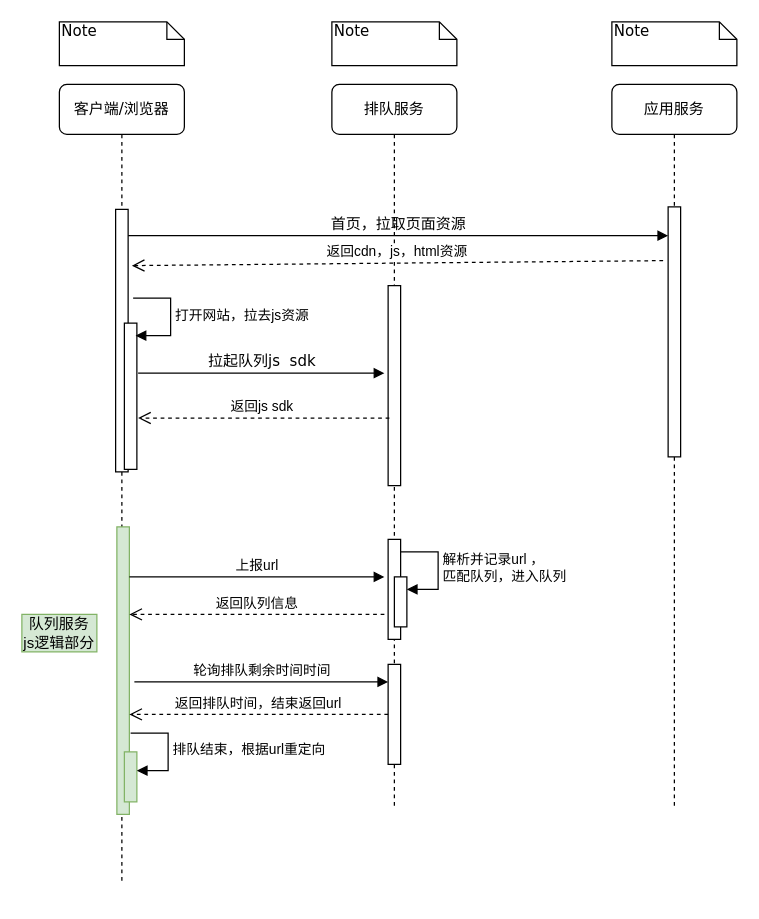
The draw.io diagram queue.drawio in linxinqiang90/drawio, before the edit. Source tidied: cells renumbered, new cells numbered last; positions are measured from the earlier drawing's top-left corner, leaving out a move shared by most shapes. Both pictures are drawn from the tidied source at 125%, with x=0, y=0 at pixel (21, 21).
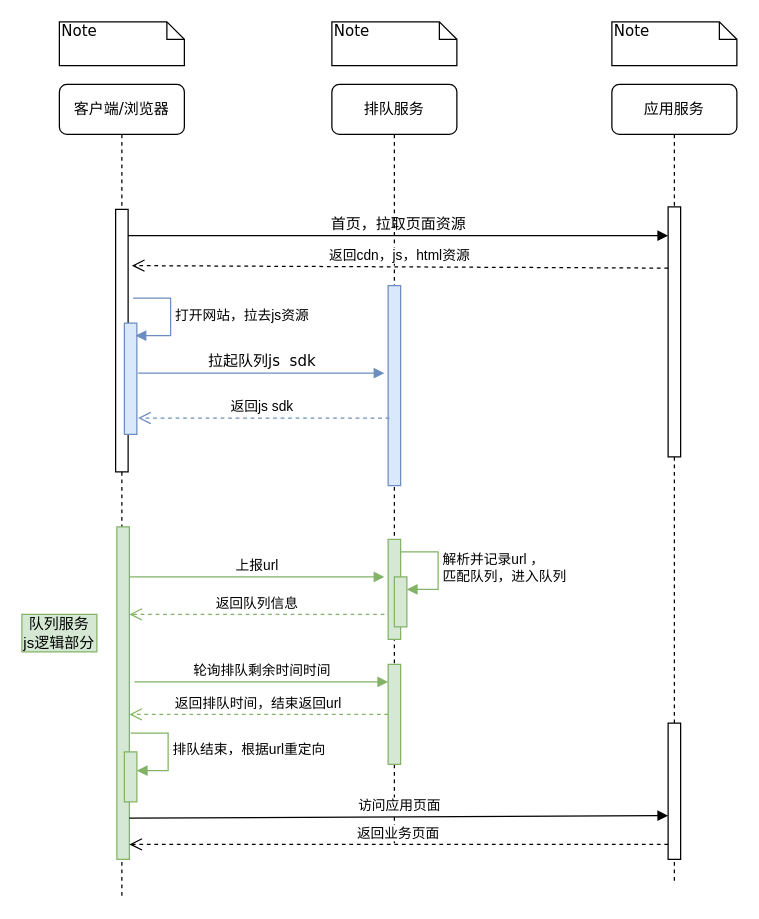
Above is the later version.

The change refers to these unchanged cells:
```xml
<mxCell id="9" style="html=1;points=[];perimeter=orthogonalPerimeter;rounded=0;shadow=0;comic=0;labelBackgroundColor=none;strokeWidth=1;fontFamily=Verdana;fontSize=12;align=center;" parent="8" vertex="1">
  <mxGeometry x="45" y="98" width="10" height="200" as="geometry" />
</mxCell>
```

Change to the diagram source:
```diff
@@
     <mxCell id="2" value="排队服务" style="shape=umlLifeline;perimeter=lifelinePerimeter;whiteSpace=wrap;html=1;rounded=1;shadow=0;comic=0;labelBackgroundColor=none;strokeWidth=1;fontFamily=Verdana;fontSize=12;align=center;" parent="1" vertex="1">
-      <mxGeometry x="248" y="50" width="100" height="580" as="geometry" />
+      <mxGeometry x="248" y="50" width="100" height="610" as="geometry" />
     </mxCell>
-    <mxCell id="3" style="html=1;perimeter=orthogonalPerimeter;rounded=0;shadow=0;comic=0;labelBackgroundColor=none;strokeWidth=1;fontFamily=Verdana;fontSize=12;align=center;" parent="2" vertex="1">
+    <mxCell id="3" style="html=1;perimeter=orthogonalPerimeter;rounded=0;shadow=0;comic=0;labelBackgroundColor=none;strokeWidth=1;fontFamily=Verdana;fontSize=12;align=center;fillColor=#dae8fc;strokeColor=#6c8ebf;" parent="2" vertex="1">
       <mxGeometry x="45" y="161" width="10" height="160" as="geometry" />
     </mxCell>
-    <mxCell id="4" style="html=1;perimeter=orthogonalPerimeter;targetShapes=umlLifeline;newEdgeStyle={&quot;curved&quot;:0,&quot;rounded&quot;:0};" parent="2" vertex="1">
+    <mxCell id="4" style="html=1;perimeter=orthogonalPerimeter;targetShapes=umlLifeline;newEdgeStyle={&quot;curved&quot;:0,&quot;rounded&quot;:0};fillColor=#d5e8d4;strokeColor=#82b366;" parent="2" vertex="1">
       <mxGeometry x="45" y="364" width="10" height="80" as="geometry" />
     </mxCell>
-    <mxCell id="5" style="html=1;points=[[0,0,0,0,5],[0,1,0,0,-5],[1,0,0,0,5],[1,1,0,0,-5]];perimeter=orthogonalPerimeter;outlineConnect=0;targetShapes=umlLifeline;portConstraint=eastwest;newEdgeStyle={&quot;curved&quot;:0,&quot;rounded&quot;:0};" parent="2" vertex="1">
+    <mxCell id="5" style="html=1;points=[[0,0,0,0,5],[0,1,0,0,-5],[1,0,0,0,5],[1,1,0,0,-5]];perimeter=orthogonalPerimeter;outlineConnect=0;targetShapes=umlLifeline;portConstraint=eastwest;newEdgeStyle={&quot;curved&quot;:0,&quot;rounded&quot;:0};fillColor=#d5e8d4;strokeColor=#82b366;" parent="2" vertex="1">
       <mxGeometry x="50" y="394" width="10" height="40" as="geometry" />
     </mxCell>
-    <mxCell id="6" value="解析并记录url ，&lt;div&gt;匹配队列，进入队列&lt;/div&gt;" style="html=1;align=left;spacingLeft=2;endArrow=block;rounded=0;edgeStyle=orthogonalEdgeStyle;curved=0;rounded=0;" parent="2" edge="1" target="5">
+    <mxCell id="6" value="解析并记录url ，&lt;div&gt;匹配队列，进入队列&lt;/div&gt;" style="html=1;align=left;spacingLeft=2;endArrow=block;rounded=0;edgeStyle=orthogonalEdgeStyle;curved=0;rounded=0;fillColor=#d5e8d4;strokeColor=#82b366;" parent="2" edge="1" target="5">
       <mxGeometry relative="1" as="geometry">
         <mxPoint x="55" y="374" as="sourcePoint" />
         <Array as="points">
           <mxPoint x="85" y="404" />
         </Array>
       </mxGeometry>
     </mxCell>
-    <mxCell id="7" style="html=1;points=[[0,0,0,0,5],[0,1,0,0,-5],[1,0,0,0,5],[1,1,0,0,-5]];perimeter=orthogonalPerimeter;outlineConnect=0;targetShapes=umlLifeline;portConstraint=eastwest;newEdgeStyle={&quot;curved&quot;:0,&quot;rounded&quot;:0};" parent="2" vertex="1">
+    <mxCell id="7" style="html=1;points=[[0,0,0,0,5],[0,1,0,0,-5],[1,0,0,0,5],[1,1,0,0,-5]];perimeter=orthogonalPerimeter;outlineConnect=0;targetShapes=umlLifeline;portConstraint=eastwest;newEdgeStyle={&quot;curved&quot;:0,&quot;rounded&quot;:0};fillColor=#d5e8d4;strokeColor=#82b366;" parent="2" vertex="1">
       <mxGeometry x="45" y="464" width="10" height="80" as="geometry" />
     </mxCell>
     <mxCell id="8" value="应用服务" style="shape=umlLifeline;perimeter=lifelinePerimeter;whiteSpace=wrap;html=1;rounded=1;shadow=0;comic=0;labelBackgroundColor=none;strokeWidth=1;fontFamily=Verdana;fontSize=12;align=center;" parent="1" vertex="1">
-      <mxGeometry x="472" y="50" width="100" height="580" as="geometry" />
+      <mxGeometry x="472" y="50" width="100" height="638" as="geometry" />
     </mxCell>
@@
+    <mxCell id="29" style="html=1;perimeter=orthogonalPerimeter;targetShapes=umlLifeline;newEdgeStyle={&quot;curved&quot;:0,&quot;rounded&quot;:0};" parent="8" vertex="1">
+      <mxGeometry x="45" y="511" width="10" height="109" as="geometry" />
+    </mxCell>
     <mxCell id="10" value="客户端/浏览器" style="shape=umlLifeline;perimeter=lifelinePerimeter;whiteSpace=wrap;html=1;rounded=1;shadow=0;comic=0;labelBackgroundColor=none;strokeWidth=1;fontFamily=Verdana;fontSize=12;align=center;" parent="1" vertex="1">
-      <mxGeometry x="30" y="50" width="100" height="640" as="geometry" />
+      <mxGeometry x="30" y="50" width="100" height="650" as="geometry" />
     </mxCell>
@@
-    <mxCell id="12" style="html=1;perimeter=orthogonalPerimeter;targetShapes=umlLifeline;newEdgeStyle={&quot;curved&quot;:0,&quot;rounded&quot;:0};" parent="10" vertex="1">
-      <mxGeometry x="52" y="191" width="10" height="117" as="geometry" />
+    <mxCell id="12" style="html=1;perimeter=orthogonalPerimeter;targetShapes=umlLifeline;newEdgeStyle={&quot;curved&quot;:0,&quot;rounded&quot;:0};fillColor=#dae8fc;strokeColor=#6c8ebf;" parent="10" vertex="1">
+      <mxGeometry x="52" y="191" width="10" height="89" as="geometry" />
     </mxCell>
-    <mxCell id="13" value="打开网站，拉去js资源" style="html=1;align=left;spacingLeft=2;endArrow=block;rounded=0;edgeStyle=orthogonalEdgeStyle;curved=0;rounded=0;" parent="10" edge="1">
+    <mxCell id="13" value="打开网站，拉去js资源" style="html=1;align=left;spacingLeft=2;endArrow=block;rounded=0;edgeStyle=orthogonalEdgeStyle;curved=0;rounded=0;fillColor=#dae8fc;strokeColor=#6c8ebf;" parent="10" edge="1">
       <mxGeometry relative="1" as="geometry">
         <mxPoint x="59" y="171" as="sourcePoint" />
         <mxPoint x="61" y="201" as="targetPoint" />
         <Array as="points">
           <mxPoint x="89" y="201" />
         </Array>
       </mxGeometry>
     </mxCell>
     <mxCell id="14" style="html=1;points=[[0,0,0,0,5],[0,1,0,0,-5],[1,0,0,0,5],[1,1,0,0,-5]];perimeter=orthogonalPerimeter;outlineConnect=0;targetShapes=umlLifeline;portConstraint=eastwest;newEdgeStyle={&quot;curved&quot;:0,&quot;rounded&quot;:0};fillColor=#d5e8d4;strokeColor=#82b366;" parent="10" vertex="1">
-      <mxGeometry x="46" y="354" width="10" height="230" as="geometry" />
+      <mxGeometry x="46" y="354" width="10" height="266" as="geometry" />
     </mxCell>
@@
-    <mxCell id="16" value="排队结束，根据url重定向" style="html=1;align=left;spacingLeft=2;endArrow=block;rounded=0;edgeStyle=orthogonalEdgeStyle;curved=0;rounded=0;" parent="10" edge="1">
+    <mxCell id="16" value="排队结束，根据url重定向" style="html=1;align=left;spacingLeft=2;endArrow=block;rounded=0;edgeStyle=orthogonalEdgeStyle;curved=0;rounded=0;fillColor=#d5e8d4;strokeColor=#82b366;" parent="10" edge="1">
       <mxGeometry relative="1" as="geometry">
         <mxPoint x="57" y="519" as="sourcePoint" />
         <mxPoint x="62" y="549" as="targetPoint" />
         <Array as="points">
           <mxPoint x="87" y="549" />
         </Array>
       </mxGeometry>
     </mxCell>
-    <mxCell id="17" value="拉起队列js&amp;nbsp; sdk" style="html=1;verticalAlign=bottom;endArrow=block;labelBackgroundColor=none;fontFamily=Verdana;fontSize=12;edgeStyle=elbowEdgeStyle;elbow=vertical;entryX=-0.3;entryY=0.396;entryDx=0;entryDy=0;entryPerimeter=0;" parent="1" edge="1">
+    <mxCell id="17" value="拉起队列js&amp;nbsp; sdk" style="html=1;verticalAlign=bottom;endArrow=block;labelBackgroundColor=none;fontFamily=Verdana;fontSize=12;edgeStyle=elbowEdgeStyle;elbow=vertical;entryX=-0.3;entryY=0.396;entryDx=0;entryDy=0;entryPerimeter=0;fillColor=#dae8fc;strokeColor=#6c8ebf;" parent="1" edge="1">
       <mxGeometry relative="1" as="geometry">
         <mxPoint x="93" y="281" as="sourcePoint" />
         <mxPoint x="290" y="281.1" as="targetPoint" />
       </mxGeometry>
     </mxCell>
@@
-    <mxCell id="22" value="返回js sdk" style="html=1;verticalAlign=bottom;endArrow=open;dashed=1;endSize=8;curved=0;rounded=0;exitX=0.1;exitY=0.591;exitDx=0;exitDy=0;exitPerimeter=0;" parent="1" edge="1">
+    <mxCell id="22" value="返回js sdk" style="html=1;verticalAlign=bottom;endArrow=open;dashed=1;endSize=8;curved=0;rounded=0;exitX=0.1;exitY=0.591;exitDx=0;exitDy=0;exitPerimeter=0;fillColor=#dae8fc;strokeColor=#6c8ebf;" parent="1" edge="1">
       <mxGeometry x="0.01" relative="1" as="geometry">
         <mxPoint x="294" y="316.9" as="sourcePoint" />
         <mxPoint x="93" y="316.9" as="targetPoint" />
       </mxGeometry>
     </mxCell>
-    <mxCell id="23" value="上报url" style="html=1;verticalAlign=bottom;endArrow=block;curved=0;rounded=0;" parent="1" edge="1" source="14">
+    <mxCell id="23" value="上报url" style="html=1;verticalAlign=bottom;endArrow=block;curved=0;rounded=0;fillColor=#d5e8d4;strokeColor=#82b366;" parent="1" edge="1" source="14">
       <mxGeometry relative="1" as="geometry">
         <mxPoint x="290" y="444" as="targetPoint" />
       </mxGeometry>
     </mxCell>
-    <mxCell id="24" value="返回队列信息" style="html=1;verticalAlign=bottom;endArrow=open;dashed=1;endSize=8;curved=0;rounded=0;" parent="1" edge="1" target="14">
+    <mxCell id="24" value="返回队列信息" style="html=1;verticalAlign=bottom;endArrow=open;dashed=1;endSize=8;curved=0;rounded=0;fillColor=#d5e8d4;strokeColor=#82b366;" parent="1" edge="1" target="14">
       <mxGeometry relative="1" as="geometry">
         <mxPoint x="290" y="474" as="sourcePoint" />
       </mxGeometry>
     </mxCell>
-    <mxCell id="25" value="轮询排队剩余时间时间" style="html=1;verticalAlign=bottom;endArrow=block;curved=0;rounded=0;" parent="1" edge="1">
+    <mxCell id="25" value="轮询排队剩余时间时间" style="html=1;verticalAlign=bottom;endArrow=block;curved=0;rounded=0;fillColor=#d5e8d4;strokeColor=#82b366;" parent="1" edge="1">
       <mxGeometry relative="1" as="geometry">
         <mxPoint x="90" y="528" as="sourcePoint" />
         <mxPoint x="293" y="528" as="targetPoint" />
       </mxGeometry>
     </mxCell>
-    <mxCell id="26" value="返回排队时间，结束返回url" style="html=1;verticalAlign=bottom;endArrow=open;dashed=1;endSize=8;curved=0;rounded=0;" parent="1" edge="1" source="7" target="14">
+    <mxCell id="26" value="返回排队时间，结束返回url" style="html=1;verticalAlign=bottom;endArrow=open;dashed=1;endSize=8;curved=0;rounded=0;fillColor=#d5e8d4;strokeColor=#82b366;" parent="1" edge="1" source="7" target="14">
       <mxGeometry relative="1" as="geometry" />
     </mxCell>
@@
-    <mxCell id="28" value="返回cdn，js，html资源" style="html=1;verticalAlign=bottom;endArrow=open;dashed=1;endSize=8;curved=0;rounded=0;entryX=1.3;entryY=0.181;entryDx=0;entryDy=0;entryPerimeter=0;exitX=-0.4;exitY=0.215;exitDx=0;exitDy=0;exitPerimeter=0;" parent="1" edge="1" source="9">
+    <mxCell id="28" value="返回cdn，js，html资源" style="html=1;verticalAlign=bottom;endArrow=open;dashed=1;endSize=8;curved=0;rounded=0;entryX=1.3;entryY=0.181;entryDx=0;entryDy=0;entryPerimeter=0;exitX=0;exitY=0.245;exitDx=0;exitDy=0;exitPerimeter=0;" parent="1" edge="1" source="9">
       <mxGeometry relative="1" as="geometry">
         <mxPoint x="88" y="195" as="targetPoint" />
       </mxGeometry>
     </mxCell>
+    <mxCell id="30" value="访问应用页面" style="html=1;verticalAlign=bottom;endArrow=block;curved=0;rounded=0;exitX=1;exitY=1;exitDx=0;exitDy=-5;exitPerimeter=0;" parent="1" edge="1">
+      <mxGeometry relative="1" as="geometry">
+        <mxPoint x="86" y="637" as="sourcePoint" />
+        <mxPoint x="517" y="635" as="targetPoint" />
+      </mxGeometry>
+    </mxCell>
+    <mxCell id="31" value="返回业务页面" style="html=1;verticalAlign=bottom;endArrow=open;dashed=1;endSize=8;curved=0;rounded=0;exitX=0;exitY=1;exitDx=0;exitDy=-5;exitPerimeter=0;" parent="1" edge="1">
+      <mxGeometry relative="1" as="geometry">
+        <mxPoint x="517" y="658" as="sourcePoint" />
+        <mxPoint x="86" y="658" as="targetPoint" />
+      </mxGeometry>
+    </mxCell>
```
